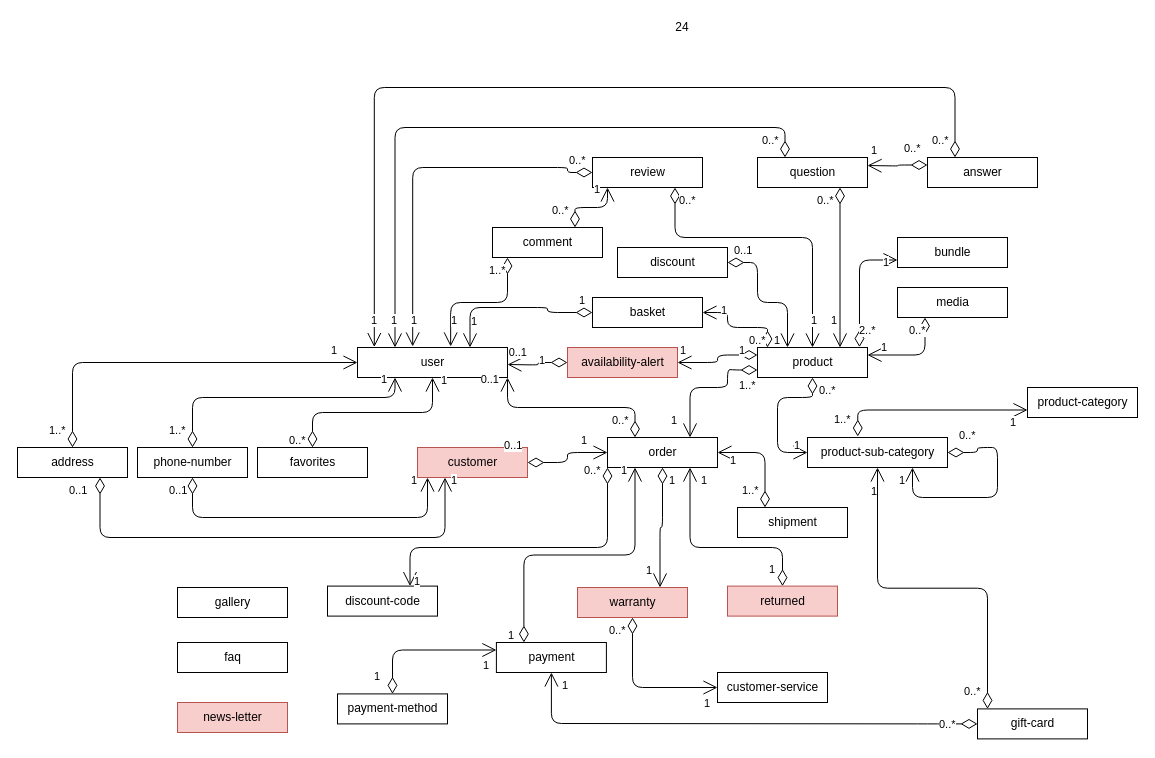
This is web_store_db.drawio from JoelASD/advanced-db-project, a draw.io file, before an edit. Source tidied: cells renumbered, new cells numbered last; positions are measured from the earlier drawing's top-left corner, leaving out a move shared by most shapes. Both pictures are drawn from the tidied source at 100%, with x=0, y=0 at pixel (17, 17).
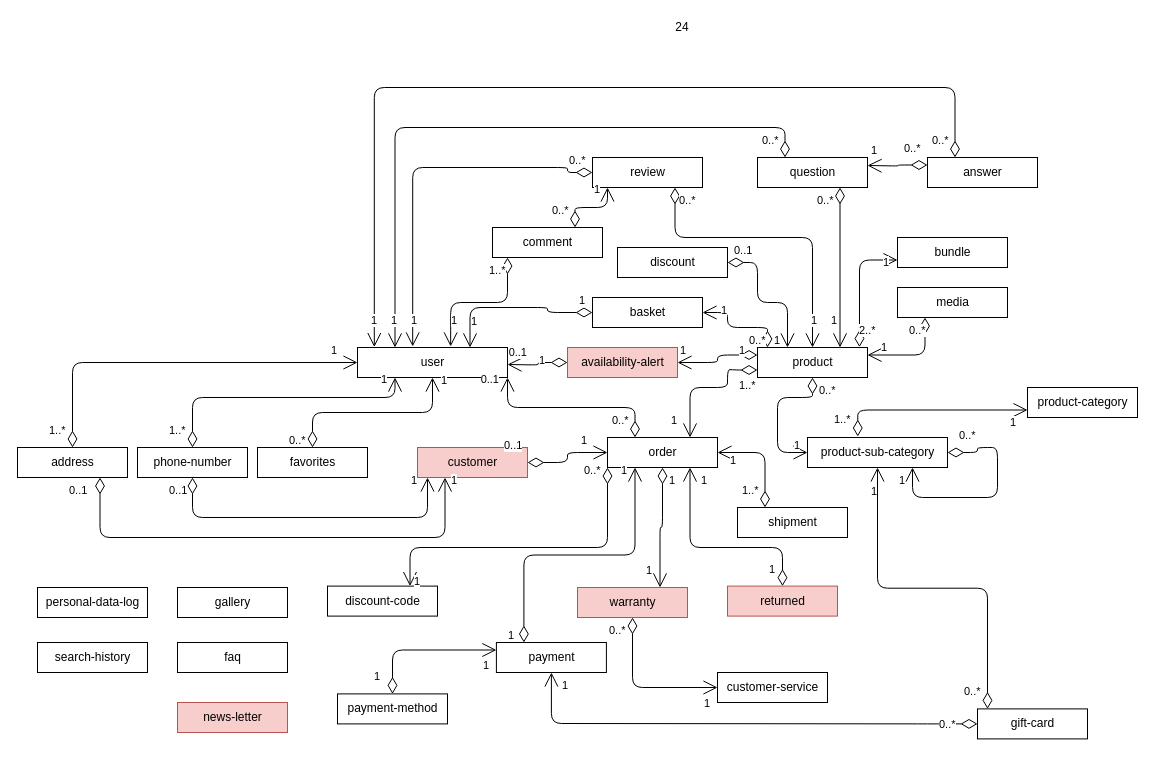
The same diagram, later.

Commit message:
data logging tables

What changed in the source:
```diff
@@
+    <mxCell id="137" value="personal-data-log" style="html=1;" parent="1" vertex="1">
+      <mxGeometry x="20" y="570" width="110" height="30" as="geometry" />
+    </mxCell>
+    <mxCell id="138" value="search-history" style="html=1;" parent="1" vertex="1">
+      <mxGeometry x="20" y="625" width="110" height="30" as="geometry" />
+    </mxCell>
```
